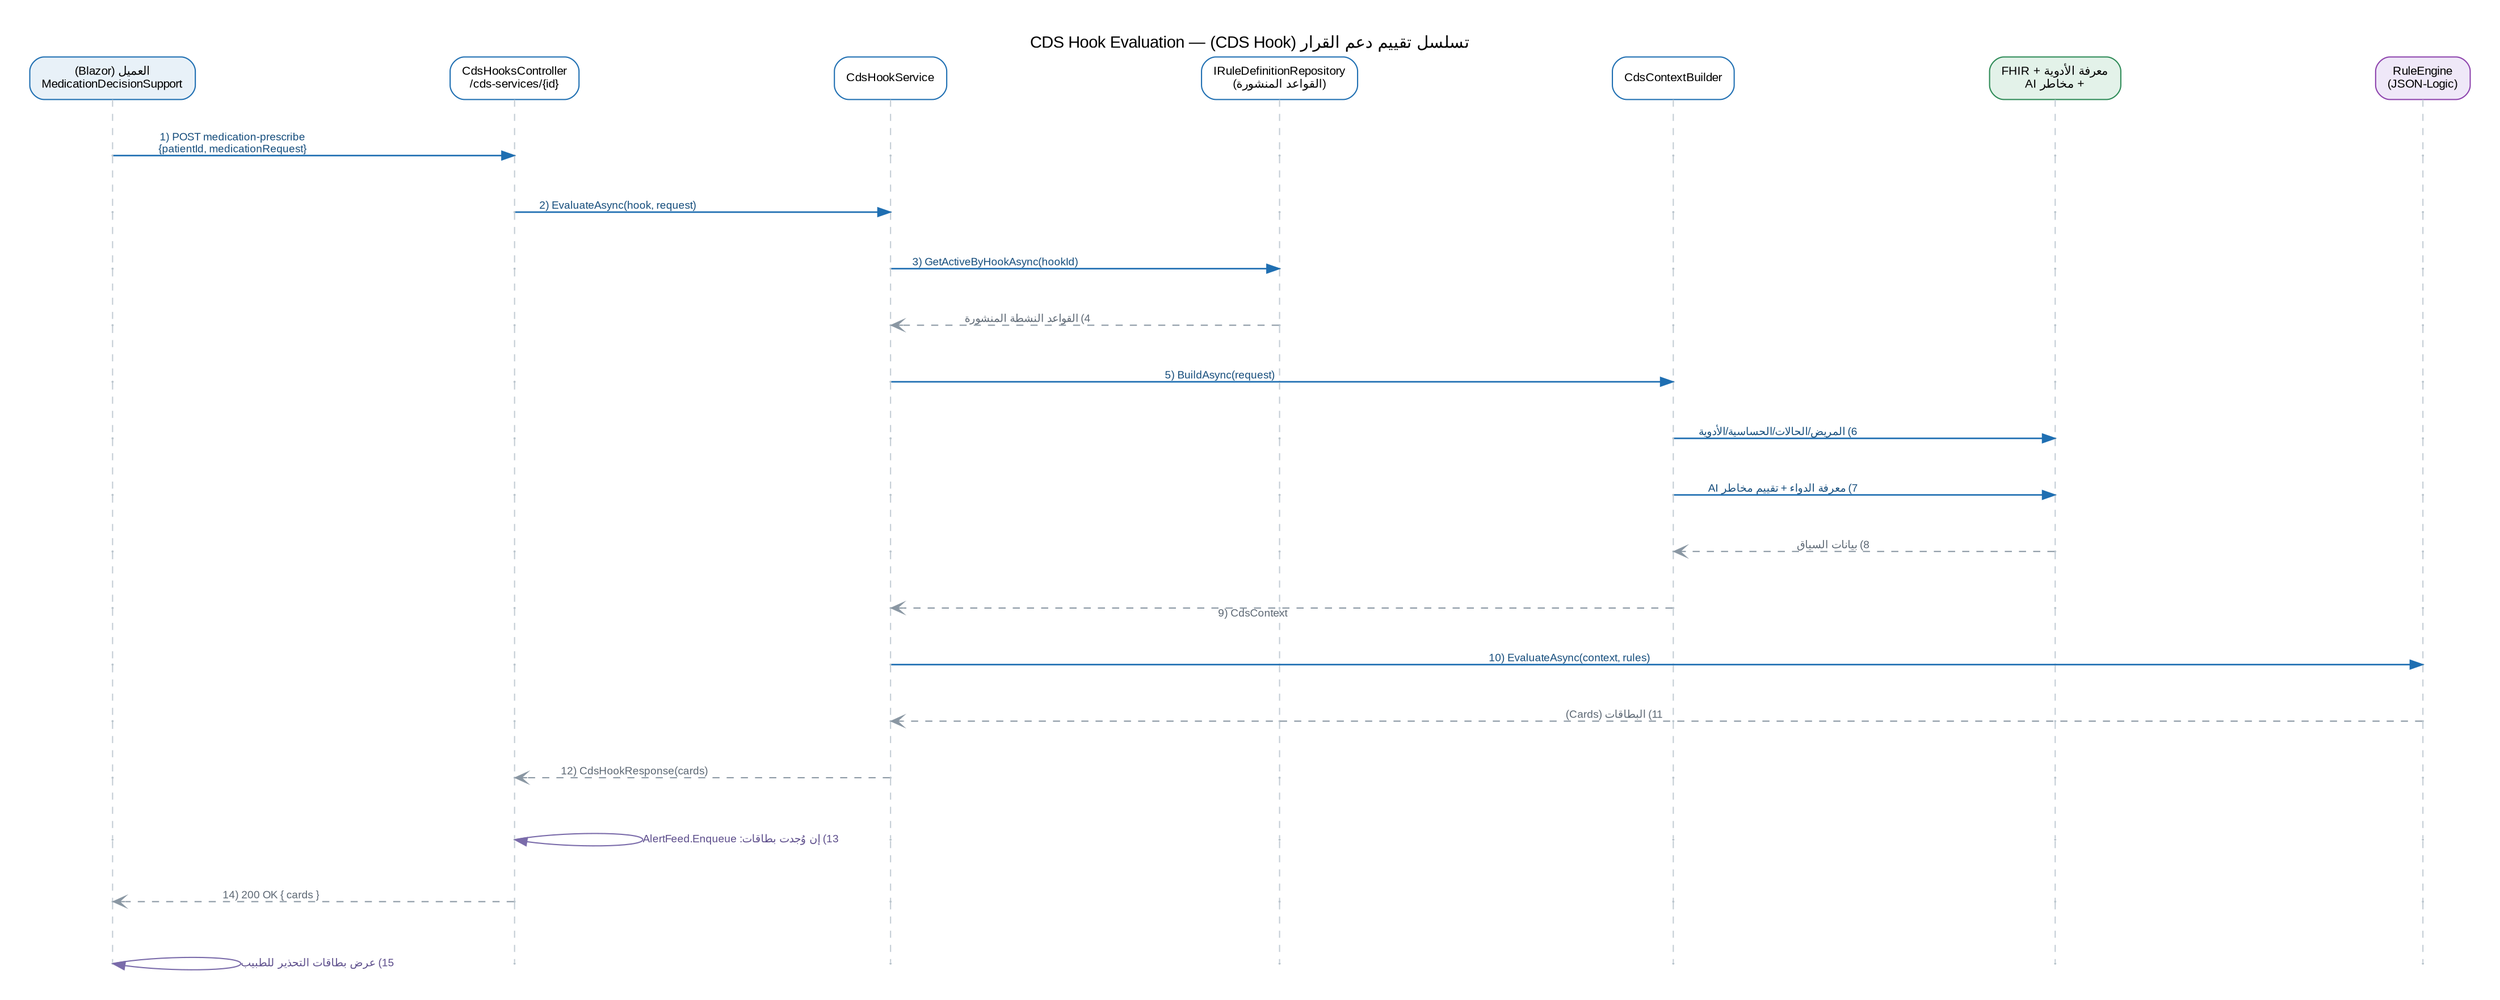
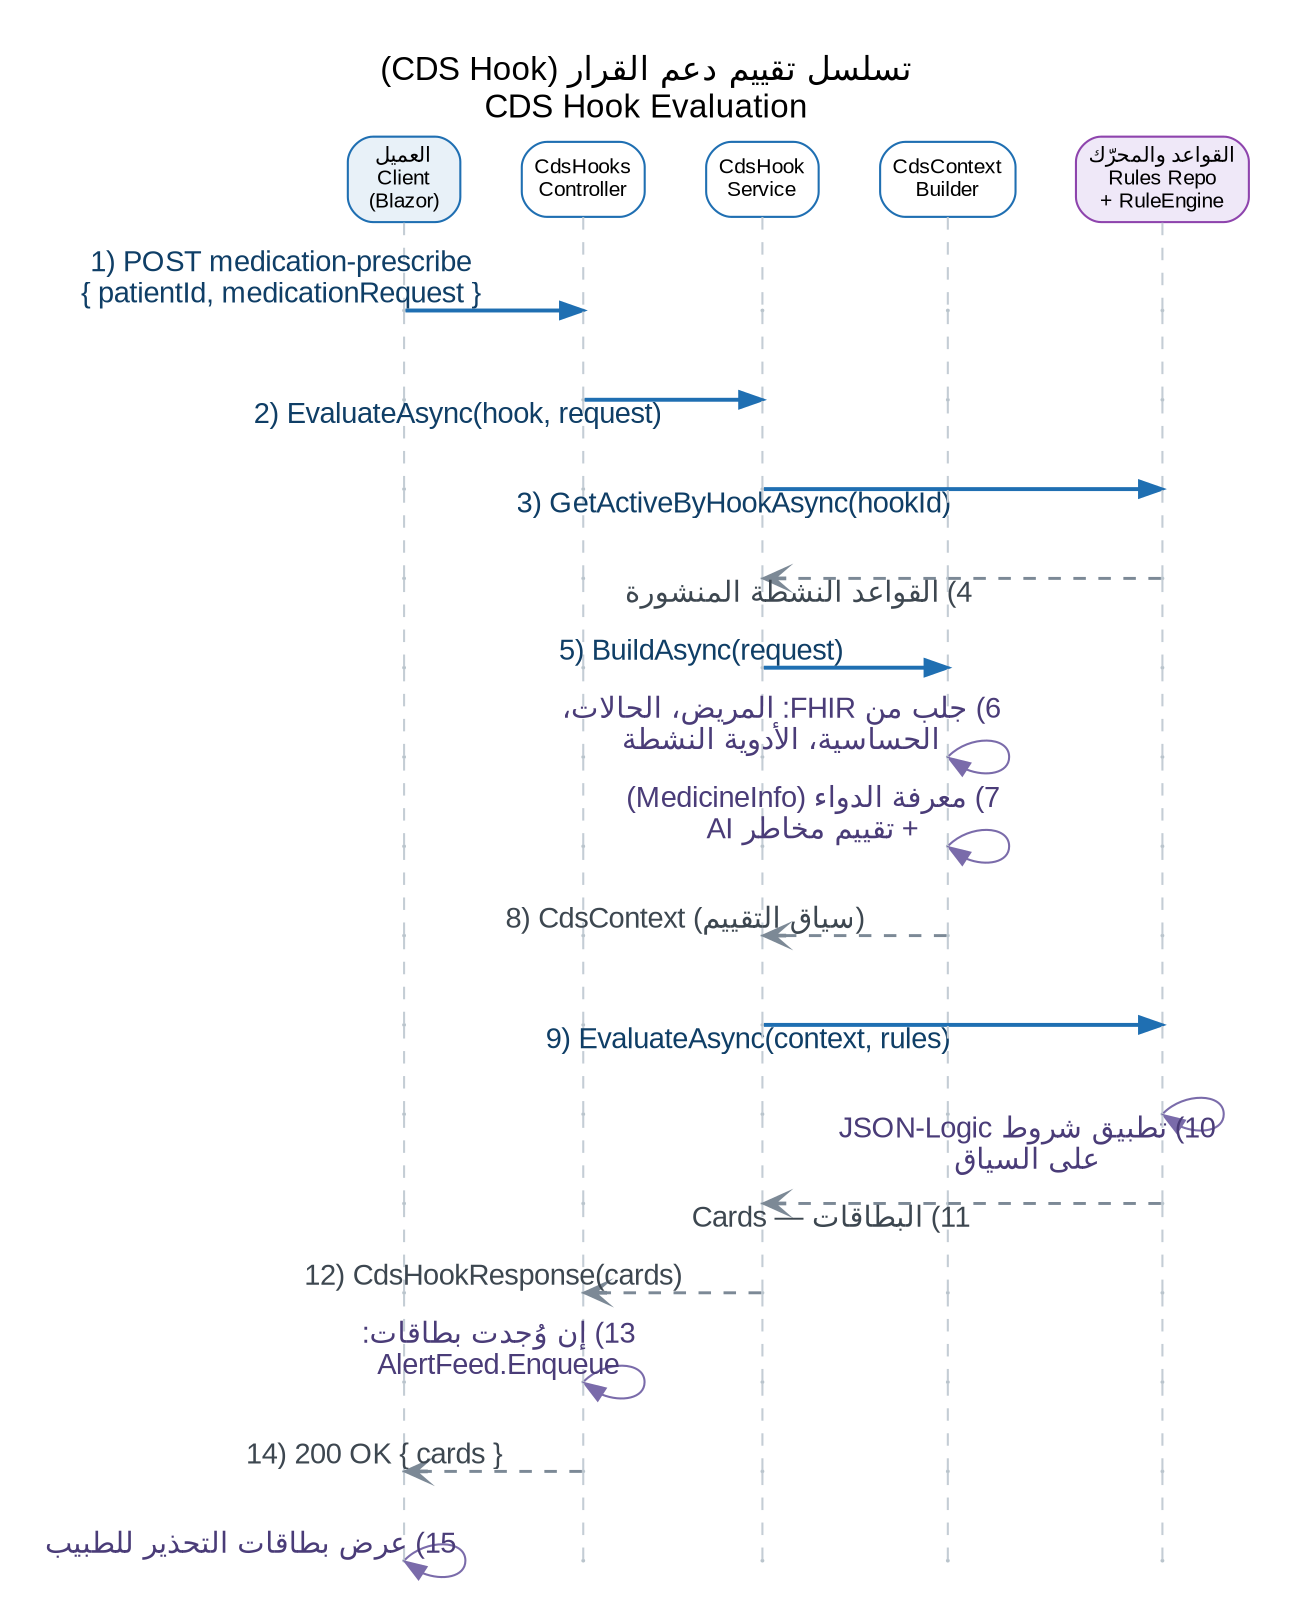
// AUTO-GENERATED sequence diagram — verified against source (see README).
// CdsHooksController -> CdsHookService -> RuleEngine (JSON-Logic) over a FHIR/Medicine/AI context.
- // Render: dot -Tpng seq-cds-hook.dot -o seq-cds-hook.png  &&  dot -Tsvg seq-cds-hook.dot -o seq-cds-hook.svg
+ // SIZED FOR PRINT: placed ~6.27in wide in كتاب المشروع (A4 portrait).
+ // Natural width ~9in => ~9-10pt message text on the page. If you edit this file,
+ // keep the header labels SHORT and the column count at 5 — the header boxes set
+ // the width, and every extra inch of width shrinks the text on the page.
+ // Render: dot -Tsvg seq-cds-hook.dot -o seq-cds-hook.svg  &&  dot -Gdpi=200 -Tpng seq-cds-hook.dot -o seq-cds-hook.png
digraph SEQ {
  rankdir=TB;
-   graph [fontname="Arial", fontsize=14, labelloc="t", label="تسلسل تقييم دعم القرار (CDS Hook) — CDS Hook Evaluation",
-          pad=0.35, nodesep=1.5, ranksep=0.62, splines=line, forcelabels=true];
-   edge [fontname="Arial", fontsize=9];
+   graph [fontname="Arial", fontsize=16, labelloc="t", label="تسلسل تقييم دعم القرار (CDS Hook)\nCDS Hook Evaluation",
+          pad=0.3, nodesep=0.40, ranksep=0.58, splines=line, forcelabels=false];
+   edge [fontname="Arial", fontsize=14];
  node [fontname="Arial", fontsize=10];

-   // participants
+   // participants — short labels keep the diagram narrow (see header note)
  { rank=same;
    H_cli [shape=box, style="rounded,filled", fillcolor="#E8F1F8", color="#1F6FB2",
-           fontcolor="black", margin="0.14,0.08", label="العميل (Blazor)\nMedicationDecisionSupport"];
+           fontcolor="black", margin="0.09,0.06", label="العميل\nClient\n(Blazor)"];
    H_ctl [shape=box, style="rounded,filled", fillcolor="#FFFFFF", color="#1F6FB2",
-           fontcolor="black", margin="0.14,0.08", label="CdsHooksController\n/cds-services/{id}"];
+           fontcolor="black", margin="0.09,0.06", label="CdsHooks\nController"];
    H_svc [shape=box, style="rounded,filled", fillcolor="#FFFFFF", color="#1F6FB2",
-           fontcolor="black", margin="0.14,0.08", label="CdsHookService"];
-     H_rul [shape=box, style="rounded,filled", fillcolor="#FFFFFF", color="#1F6FB2",
-           fontcolor="black", margin="0.14,0.08", label="IRuleDefinitionRepository\n(القواعد المنشورة)"];
+           fontcolor="black", margin="0.09,0.06", label="CdsHook\nService"];
    H_ctx [shape=box, style="rounded,filled", fillcolor="#FFFFFF", color="#1F6FB2",
-           fontcolor="black", margin="0.14,0.08", label="CdsContextBuilder"];
-     H_dat [shape=box, style="rounded,filled", fillcolor="#E3F2E9", color="#2E8B57",
-           fontcolor="black", margin="0.14,0.08", label="FHIR + معرفة الأدوية\n+ مخاطر AI"];
+           fontcolor="black", margin="0.09,0.06", label="CdsContext\nBuilder"];
    H_eng [shape=box, style="rounded,filled", fillcolor="#EFE8F8", color="#8E44AD",
-           fontcolor="black", margin="0.14,0.08", label="RuleEngine\n(JSON-Logic)"];
+           fontcolor="black", margin="0.09,0.06", label="القواعد والمحرّك\nRules Repo\n+ RuleEngine"];
  }
-   H_cli -> H_ctl -> H_svc -> H_rul -> H_ctx -> H_dat -> H_eng [style=invis, weight=50];
+   H_cli -> H_ctl -> H_svc -> H_ctx -> H_eng [style=invis, weight=50];

  // lifeline nodes (invisible points)
  node [shape=point, width=0.012, color="#B9C4CC"];
-   { rank=same; cli_1 ctl_1 svc_1 rul_1 ctx_1 dat_1 eng_1 }
-   { rank=same; cli_2 ctl_2 svc_2 rul_2 ctx_2 dat_2 eng_2 }
-   { rank=same; cli_3 ctl_3 svc_3 rul_3 ctx_3 dat_3 eng_3 }
-   { rank=same; cli_4 ctl_4 svc_4 rul_4 ctx_4 dat_4 eng_4 }
-   { rank=same; cli_5 ctl_5 svc_5 rul_5 ctx_5 dat_5 eng_5 }
-   { rank=same; cli_6 ctl_6 svc_6 rul_6 ctx_6 dat_6 eng_6 }
-   { rank=same; cli_7 ctl_7 svc_7 rul_7 ctx_7 dat_7 eng_7 }
-   { rank=same; cli_8 ctl_8 svc_8 rul_8 ctx_8 dat_8 eng_8 }
-   { rank=same; cli_9 ctl_9 svc_9 rul_9 ctx_9 dat_9 eng_9 }
-   { rank=same; cli_10 ctl_10 svc_10 rul_10 ctx_10 dat_10 eng_10 }
-   { rank=same; cli_11 ctl_11 svc_11 rul_11 ctx_11 dat_11 eng_11 }
-   { rank=same; cli_12 ctl_12 svc_12 rul_12 ctx_12 dat_12 eng_12 }
-   { rank=same; cli_13 ctl_13 svc_13 rul_13 ctx_13 dat_13 eng_13 }
-   { rank=same; cli_14 ctl_14 svc_14 rul_14 ctx_14 dat_14 eng_14 }
-   { rank=same; cli_15 ctl_15 svc_15 rul_15 ctx_15 dat_15 eng_15 }
+   { rank=same; cli_1 ctl_1 svc_1 ctx_1 eng_1 }
+   { rank=same; cli_2 ctl_2 svc_2 ctx_2 eng_2 }
+   { rank=same; cli_3 ctl_3 svc_3 ctx_3 eng_3 }
+   { rank=same; cli_4 ctl_4 svc_4 ctx_4 eng_4 }
+   { rank=same; cli_5 ctl_5 svc_5 ctx_5 eng_5 }
+   { rank=same; cli_6 ctl_6 svc_6 ctx_6 eng_6 }
+   { rank=same; cli_7 ctl_7 svc_7 ctx_7 eng_7 }
+   { rank=same; cli_8 ctl_8 svc_8 ctx_8 eng_8 }
+   { rank=same; cli_9 ctl_9 svc_9 ctx_9 eng_9 }
+   { rank=same; cli_10 ctl_10 svc_10 ctx_10 eng_10 }
+   { rank=same; cli_11 ctl_11 svc_11 ctx_11 eng_11 }
+   { rank=same; cli_12 ctl_12 svc_12 ctx_12 eng_12 }
+   { rank=same; cli_13 ctl_13 svc_13 ctx_13 eng_13 }
+   { rank=same; cli_14 ctl_14 svc_14 ctx_14 eng_14 }
+   { rank=same; cli_15 ctl_15 svc_15 ctx_15 eng_15 }

  // lifelines
  H_cli -> cli_1 -> cli_2 -> cli_3 -> cli_4 -> cli_5 -> cli_6 -> cli_7 -> cli_8 -> cli_9 -> cli_10 -> cli_11 -> cli_12 -> cli_13 -> cli_14 -> cli_15 [style=dashed, color="#C4CDD5", arrowhead=none, weight=100];
  H_ctl -> ctl_1 -> ctl_2 -> ctl_3 -> ctl_4 -> ctl_5 -> ctl_6 -> ctl_7 -> ctl_8 -> ctl_9 -> ctl_10 -> ctl_11 -> ctl_12 -> ctl_13 -> ctl_14 -> ctl_15 [style=dashed, color="#C4CDD5", arrowhead=none, weight=100];
  H_svc -> svc_1 -> svc_2 -> svc_3 -> svc_4 -> svc_5 -> svc_6 -> svc_7 -> svc_8 -> svc_9 -> svc_10 -> svc_11 -> svc_12 -> svc_13 -> svc_14 -> svc_15 [style=dashed, color="#C4CDD5", arrowhead=none, weight=100];
-   H_rul -> rul_1 -> rul_2 -> rul_3 -> rul_4 -> rul_5 -> rul_6 -> rul_7 -> rul_8 -> rul_9 -> rul_10 -> rul_11 -> rul_12 -> rul_13 -> rul_14 -> rul_15 [style=dashed, color="#C4CDD5", arrowhead=none, weight=100];
  H_ctx -> ctx_1 -> ctx_2 -> ctx_3 -> ctx_4 -> ctx_5 -> ctx_6 -> ctx_7 -> ctx_8 -> ctx_9 -> ctx_10 -> ctx_11 -> ctx_12 -> ctx_13 -> ctx_14 -> ctx_15 [style=dashed, color="#C4CDD5", arrowhead=none, weight=100];
-   H_dat -> dat_1 -> dat_2 -> dat_3 -> dat_4 -> dat_5 -> dat_6 -> dat_7 -> dat_8 -> dat_9 -> dat_10 -> dat_11 -> dat_12 -> dat_13 -> dat_14 -> dat_15 [style=dashed, color="#C4CDD5", arrowhead=none, weight=100];
  H_eng -> eng_1 -> eng_2 -> eng_3 -> eng_4 -> eng_5 -> eng_6 -> eng_7 -> eng_8 -> eng_9 -> eng_10 -> eng_11 -> eng_12 -> eng_13 -> eng_14 -> eng_15 [style=dashed, color="#C4CDD5", arrowhead=none, weight=100];

  // messages
-   cli_1 -> ctl_1 [xlabel="1) POST medication-prescribe\n{patientId, medicationRequest}", constraint=false, color="#1F6FB2", fontcolor="#154D7C", penwidth=1.3];
-   ctl_2 -> svc_2 [xlabel="2) EvaluateAsync(hook, request)", constraint=false, color="#1F6FB2", fontcolor="#154D7C", penwidth=1.3];
-   svc_3 -> rul_3 [xlabel="3) GetActiveByHookAsync(hookId)", constraint=false, color="#1F6FB2", fontcolor="#154D7C", penwidth=1.3];
-   rul_4 -> svc_4 [xlabel="4) القواعد النشطة المنشورة", constraint=false, style=dashed, color="#8A97A3", fontcolor="#5C6773", arrowhead=vee];
-   svc_5 -> ctx_5 [xlabel="5) BuildAsync(request)", constraint=false, color="#1F6FB2", fontcolor="#154D7C", penwidth=1.3];
-   ctx_6 -> dat_6 [xlabel="6) المريض/الحالات/الحساسية/الأدوية", constraint=false, color="#1F6FB2", fontcolor="#154D7C", penwidth=1.3];
-   ctx_7 -> dat_7 [xlabel="7) معرفة الدواء + تقييم مخاطر AI", constraint=false, color="#1F6FB2", fontcolor="#154D7C", penwidth=1.3];
-   dat_8 -> ctx_8 [xlabel="8) بيانات السياق", constraint=false, style=dashed, color="#8A97A3", fontcolor="#5C6773", arrowhead=vee];
-   ctx_9 -> svc_9 [xlabel="9) CdsContext", constraint=false, style=dashed, color="#8A97A3", fontcolor="#5C6773", arrowhead=vee];
-   svc_10 -> eng_10 [xlabel="10) EvaluateAsync(context, rules)", constraint=false, color="#1F6FB2", fontcolor="#154D7C", penwidth=1.3];
-   eng_11 -> svc_11 [xlabel="11) البطاقات (Cards)", constraint=false, style=dashed, color="#8A97A3", fontcolor="#5C6773", arrowhead=vee];
-   svc_12 -> ctl_12 [xlabel="12) CdsHookResponse(cards)", constraint=false, style=dashed, color="#8A97A3", fontcolor="#5C6773", arrowhead=vee];
-   ctl_13 -> ctl_13 [label="13) إن وُجدت بطاقات: AlertFeed.Enqueue", constraint=false, color="#7A6BAA", fontcolor="#5B4C8A"];
-   ctl_14 -> cli_14 [xlabel="14) 200 OK { cards }", constraint=false, style=dashed, color="#8A97A3", fontcolor="#5C6773", arrowhead=vee];
-   cli_15 -> cli_15 [label="15) عرض بطاقات التحذير للطبيب", constraint=false, color="#7A6BAA", fontcolor="#5B4C8A"];
+   cli_1 -> ctl_1 [xlabel="1) POST medication-prescribe\n{ patientId, medicationRequest }", constraint=false, color="#1F6FB2", fontcolor="#0F3E66", penwidth=1.9];
+   ctl_2 -> svc_2 [xlabel="2) EvaluateAsync(hook, request)", constraint=false, color="#1F6FB2", fontcolor="#0F3E66", penwidth=1.9];
+   svc_3 -> eng_3 [xlabel="3) GetActiveByHookAsync(hookId)", constraint=false, color="#1F6FB2", fontcolor="#0F3E66", penwidth=1.9];
+   eng_4 -> svc_4 [xlabel="4) القواعد النشطة المنشورة", constraint=false, style=dashed, color="#7C8996", fontcolor="#3D4750", arrowhead=vee, penwidth=1.4];
+   svc_5 -> ctx_5 [xlabel="5) BuildAsync(request)", constraint=false, color="#1F6FB2", fontcolor="#0F3E66", penwidth=1.9];
+   ctx_6 -> ctx_6 [xlabel="6) جلب من FHIR: المريض، الحالات،\nالحساسية، الأدوية النشطة", constraint=false, color="#7A6BAA", fontcolor="#4A3C78"];
+   ctx_7 -> ctx_7 [xlabel="7) معرفة الدواء (MedicineInfo)\n+ تقييم مخاطر AI", constraint=false, color="#7A6BAA", fontcolor="#4A3C78"];
+   ctx_8 -> svc_8 [xlabel="8) CdsContext (سياق التقييم)", constraint=false, style=dashed, color="#7C8996", fontcolor="#3D4750", arrowhead=vee, penwidth=1.4];
+   svc_9 -> eng_9 [xlabel="9) EvaluateAsync(context, rules)", constraint=false, color="#1F6FB2", fontcolor="#0F3E66", penwidth=1.9];
+   eng_10 -> eng_10 [xlabel="10) تطبيق شروط JSON-Logic\nعلى السياق", constraint=false, color="#7A6BAA", fontcolor="#4A3C78"];
+   eng_11 -> svc_11 [xlabel="11) البطاقات — Cards", constraint=false, style=dashed, color="#7C8996", fontcolor="#3D4750", arrowhead=vee, penwidth=1.4];
+   svc_12 -> ctl_12 [xlabel="12) CdsHookResponse(cards)", constraint=false, style=dashed, color="#7C8996", fontcolor="#3D4750", arrowhead=vee, penwidth=1.4];
+   ctl_13 -> ctl_13 [xlabel="13) إن وُجدت بطاقات:\nAlertFeed.Enqueue", constraint=false, color="#7A6BAA", fontcolor="#4A3C78"];
+   ctl_14 -> cli_14 [xlabel="14) 200 OK { cards }", constraint=false, style=dashed, color="#7C8996", fontcolor="#3D4750", arrowhead=vee, penwidth=1.4];
+   cli_15 -> cli_15 [xlabel="15) عرض بطاقات التحذير للطبيب", constraint=false, color="#7A6BAA", fontcolor="#4A3C78"];
}
